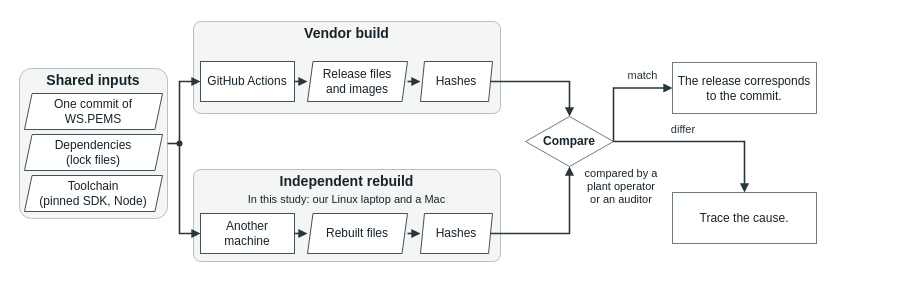
Above: 1-ws-pems/figures/rq1-verification.drawio in leosakharoff/dotnet-rebuild-experiments (draw.io), before the change. Source tidied: cells renumbered, new cells numbered last; positions are measured from the earlier drawing's top-left corner, leaving out a move shared by most shapes. Both pictures are drawn from the tidied source at 100%, with x=0, y=0 at pixel (19, 21).
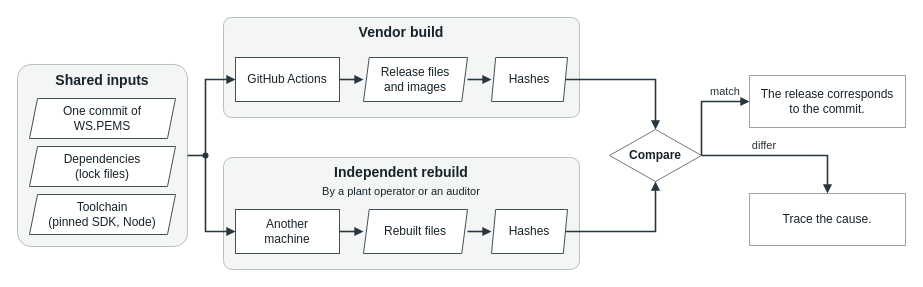
The same diagram, later.

Commit message (it also covers changes not shown here):
RQ1 code base and verification figures: even padding and gaps, house-style colours; the verifier named in the rebuild frame

Change to the diagram source:
```diff
@@
     <mxCell id="2" style="html=1;whiteSpace=wrap;align=center;verticalAlign=middle;spacing=2;fontFamily=Helvetica;fontSize=12;fontColor=#17232a;strokeColor=#b8bfc2;strokeWidth=1;fillColor=#f4f5f5;rounded=1;arcSize=8;fillColor=#f4f5f5;strokeColor=#b8bfc2;" parent="1" vertex="1">
-      <mxGeometry y="47" width="148" height="150" as="geometry" />
+      <mxGeometry x="-2" y="43" width="170" height="182" as="geometry" />
     </mxCell>
     <mxCell id="3" value="&lt;b&gt;Shared inputs&lt;/b&gt;" style="html=1;whiteSpace=wrap;align=center;verticalAlign=middle;spacing=2;fontFamily=Helvetica;fontSize=14;fontColor=#17232a;strokeColor=#435057;strokeWidth=1;fillColor=#ffffff;fillColor=none;strokeColor=none;spacing=0;" parent="2" vertex="1">
-      <mxGeometry x="3" y="1" width="142" height="21" as="geometry" />
+      <mxGeometry x="4" y="6" width="162" height="20" as="geometry" />
     </mxCell>
     <mxCell id="4" value="One commit of&lt;br&gt;WS.PEMS" style="html=1;whiteSpace=wrap;align=center;verticalAlign=middle;spacing=2;fontFamily=Helvetica;fontSize=12;fontColor=#17232a;strokeColor=#435057;strokeWidth=1;fillColor=#ffffff;shape=parallelogram;size=0.055;spacing=1;" parent="2" vertex="1">
-      <mxGeometry x="5" y="25" width="138" height="36" as="geometry" />
+      <mxGeometry x="12" y="34" width="146" height="40" as="geometry" />
     </mxCell>
     <mxCell id="5" value="Dependencies&lt;br&gt;(lock files)" style="html=1;whiteSpace=wrap;align=center;verticalAlign=middle;spacing=2;fontFamily=Helvetica;fontSize=12;fontColor=#17232a;strokeColor=#435057;strokeWidth=1;fillColor=#ffffff;shape=parallelogram;size=0.055;spacing=1;" parent="2" vertex="1">
-      <mxGeometry x="5" y="66" width="138" height="36" as="geometry" />
+      <mxGeometry x="12" y="82" width="146" height="40" as="geometry" />
     </mxCell>
     <mxCell id="6" value="Toolchain&lt;br&gt;(pinned SDK, Node)" style="html=1;whiteSpace=wrap;align=center;verticalAlign=middle;spacing=2;fontFamily=Helvetica;fontSize=12;fontColor=#17232a;strokeColor=#435057;strokeWidth=1;fillColor=#ffffff;shape=parallelogram;size=0.055;spacing=1;" parent="2" vertex="1">
-      <mxGeometry x="5" y="107" width="138" height="36" as="geometry" />
+      <mxGeometry x="12" y="130" width="146" height="40" as="geometry" />
     </mxCell>
     <mxCell id="7" style="html=1;whiteSpace=wrap;align=center;verticalAlign=middle;spacing=2;fontFamily=Helvetica;fontSize=12;fontColor=#17232a;strokeColor=#b8bfc2;strokeWidth=1;fillColor=#f4f5f5;rounded=1;arcSize=8;fillColor=#f4f5f5;strokeColor=#b8bfc2;" parent="1" vertex="1">
-      <mxGeometry x="174" width="307" height="92" as="geometry" />
+      <mxGeometry x="204" y="-4" width="356" height="100" as="geometry" />
     </mxCell>
     <mxCell id="8" value="&lt;b&gt;Vendor build&lt;/b&gt;" style="html=1;whiteSpace=wrap;align=center;verticalAlign=middle;spacing=2;fontFamily=Helvetica;fontSize=14;fontColor=#17232a;strokeColor=#435057;strokeWidth=1;fillColor=#ffffff;fillColor=none;strokeColor=none;spacing=0;" parent="7" vertex="1">
-      <mxGeometry x="4" y="3" width="299" height="18" as="geometry" />
+      <mxGeometry x="4" y="6" width="348" height="18" as="geometry" />
     </mxCell>
     <mxCell id="9" value="GitHub Actions" style="html=1;whiteSpace=wrap;align=center;verticalAlign=middle;spacing=2;fontFamily=Helvetica;fontSize=12;fontColor=#17232a;strokeColor=#435057;strokeWidth=1;fillColor=#ffffff;" parent="7" vertex="1">
-      <mxGeometry x="7" y="40" width="94" height="40" as="geometry" />
+      <mxGeometry x="12" y="40" width="104" height="44" as="geometry" />
     </mxCell>
     <mxCell id="10" value="Release files&lt;br&gt;and images" style="html=1;whiteSpace=wrap;align=center;verticalAlign=middle;spacing=2;fontFamily=Helvetica;fontSize=12;fontColor=#17232a;strokeColor=#435057;strokeWidth=1;fillColor=#ffffff;shape=parallelogram;size=0.055;spacing=1;" parent="7" vertex="1">
-      <mxGeometry x="114" y="40" width="100" height="40" as="geometry" />
+      <mxGeometry x="140" y="40" width="104" height="44" as="geometry" />
     </mxCell>
     <mxCell id="11" value="Hashes" style="html=1;whiteSpace=wrap;align=center;verticalAlign=middle;spacing=2;fontFamily=Helvetica;fontSize=12;fontColor=#17232a;strokeColor=#435057;strokeWidth=1;fillColor=#ffffff;shape=parallelogram;size=0.055;spacing=1;" parent="7" vertex="1">
-      <mxGeometry x="227" y="40" width="72" height="40" as="geometry" />
+      <mxGeometry x="268" y="40" width="76" height="44" as="geometry" />
     </mxCell>
@@
     <mxCell id="14" style="html=1;whiteSpace=wrap;align=center;verticalAlign=middle;spacing=2;fontFamily=Helvetica;fontSize=12;fontColor=#17232a;strokeColor=#b8bfc2;strokeWidth=1;fillColor=#f4f5f5;rounded=1;arcSize=8;fillColor=#f4f5f5;strokeColor=#b8bfc2;" parent="1" vertex="1">
-      <mxGeometry x="174" y="148" width="307" height="92" as="geometry" />
+      <mxGeometry x="204" y="136" width="356" height="112" as="geometry" />
     </mxCell>
     <mxCell id="15" value="&lt;b&gt;Independent rebuild&lt;/b&gt;" style="html=1;whiteSpace=wrap;align=center;verticalAlign=middle;spacing=2;fontFamily=Helvetica;fontSize=14;fontColor=#17232a;strokeColor=#435057;strokeWidth=1;fillColor=#ffffff;fillColor=none;strokeColor=none;spacing=0;" parent="14" vertex="1">
-      <mxGeometry x="4" y="3" width="299" height="18" as="geometry" />
+      <mxGeometry x="4" y="6" width="348" height="18" as="geometry" />
     </mxCell>
-    <mxCell id="16" value="In this study: our Linux laptop and a Mac" style="html=1;whiteSpace=wrap;align=center;verticalAlign=middle;spacing=2;fontFamily=Helvetica;fontSize=11;fontColor=#17232a;strokeColor=#435057;strokeWidth=1;fillColor=#ffffff;fillColor=none;strokeColor=none;spacing=0;" parent="14" vertex="1">
-      <mxGeometry x="5" y="22" width="297" height="16" as="geometry" />
+    <mxCell id="16" value="By a plant operator or an auditor" style="html=1;whiteSpace=wrap;align=center;verticalAlign=middle;spacing=2;fontFamily=Helvetica;fontSize=11;fontColor=#17232a;strokeColor=#435057;strokeWidth=1;fillColor=#ffffff;fillColor=none;strokeColor=none;spacing=0;" parent="14" vertex="1">
+      <mxGeometry x="4" y="26" width="348" height="16" as="geometry" />
     </mxCell>
     <mxCell id="17" value="Another&lt;br&gt;machine" style="html=1;whiteSpace=wrap;align=center;verticalAlign=middle;spacing=2;fontFamily=Helvetica;fontSize=12;fontColor=#17232a;strokeColor=#435057;strokeWidth=1;fillColor=#ffffff;" parent="14" vertex="1">
-      <mxGeometry x="7" y="44" width="94" height="40" as="geometry" />
+      <mxGeometry x="12" y="52" width="104" height="44" as="geometry" />
     </mxCell>
     <mxCell id="18" value="Rebuilt files" style="html=1;whiteSpace=wrap;align=center;verticalAlign=middle;spacing=2;fontFamily=Helvetica;fontSize=12;fontColor=#17232a;strokeColor=#435057;strokeWidth=1;fillColor=#ffffff;shape=parallelogram;size=0.055;spacing=1;" parent="14" vertex="1">
-      <mxGeometry x="114" y="44" width="100" height="40" as="geometry" />
+      <mxGeometry x="140" y="52" width="104" height="44" as="geometry" />
     </mxCell>
     <mxCell id="19" value="Hashes" style="html=1;whiteSpace=wrap;align=center;verticalAlign=middle;spacing=2;fontFamily=Helvetica;fontSize=12;fontColor=#17232a;strokeColor=#435057;strokeWidth=1;fillColor=#ffffff;shape=parallelogram;size=0.055;spacing=1;" parent="14" vertex="1">
-      <mxGeometry x="227" y="44" width="72" height="40" as="geometry" />
+      <mxGeometry x="268" y="52" width="76" height="44" as="geometry" />
     </mxCell>
@@
     <mxCell id="22" style="html=1;whiteSpace=wrap;align=center;verticalAlign=middle;spacing=2;fontFamily=Helvetica;fontSize=12;fontColor=#17232a;strokeColor=#435057;strokeWidth=1;fillColor=#ffffff;ellipse;fillColor=#28373e;strokeColor=none;" parent="1" vertex="1">
-      <mxGeometry x="157" y="119" width="6" height="6" as="geometry" />
+      <mxGeometry x="183" y="131" width="6" height="6" as="geometry" />
     </mxCell>
@@
     <mxCell id="24" style="html=1;edgeStyle=none;rounded=0;jumpStyle=none;endArrow=block;endSize=5;endFill=1;strokeColor=#28373e;strokeWidth=1.6;exitX=0.5;exitY=0.5;entryX=0;entryY=0.5;entryPerimeter=0;exitPerimeter=0;" parent="1" edge="1" source="22" target="9">
       <mxGeometry relative="1" as="geometry">
         <Array as="points">
-          <mxPoint x="160" y="60" />
+          <mxPoint x="186" y="58" />
         </Array>
       </mxGeometry>
     </mxCell>
     <mxCell id="25" style="html=1;edgeStyle=none;rounded=0;jumpStyle=none;endArrow=block;endSize=5;endFill=1;strokeColor=#28373e;strokeWidth=1.6;exitX=0.5;exitY=0.5;entryX=0;entryY=0.5;entryPerimeter=0;exitPerimeter=0;" parent="1" edge="1" source="22" target="17">
       <mxGeometry relative="1" as="geometry">
         <Array as="points">
-          <mxPoint x="160" y="212" />
+          <mxPoint x="186" y="210" />
         </Array>
       </mxGeometry>
     </mxCell>
     <mxCell id="26" value="&lt;b&gt;Compare&lt;/b&gt;" style="html=1;whiteSpace=wrap;align=center;verticalAlign=middle;spacing=2;fontFamily=Helvetica;fontSize=12;fontColor=#17232a;strokeColor=#6e797e;strokeWidth=1;fillColor=#ffffff;shape=rhombus;fillColor=#ffffff;strokeColor=#6e797e;spacing=0;" parent="1" vertex="1">
-      <mxGeometry x="506" y="95" width="88" height="50" as="geometry" />
+      <mxGeometry x="590" y="108" width="92" height="52" as="geometry" />
     </mxCell>
-    <mxCell id="27" value="compared by a&lt;br&gt;plant operator&lt;br&gt;or an auditor" style="html=1;whiteSpace=wrap;align=center;verticalAlign=middle;spacing=2;fontFamily=Helvetica;fontSize=11;fontColor=#17232a;strokeColor=#435057;strokeWidth=1;fillColor=#ffffff;fillColor=none;strokeColor=none;spacing=0;" parent="1" vertex="1">
-      <mxGeometry x="555" y="144" width="94" height="42" as="geometry" />
-    </mxCell>
     <mxCell id="28" style="html=1;edgeStyle=none;rounded=0;jumpStyle=none;endArrow=block;endSize=5;endFill=1;strokeColor=#28373e;strokeWidth=1.6;exitX=0.9725;exitY=0.5;entryX=0.5;entryY=0;entryPerimeter=0;exitPerimeter=0;" parent="1" edge="1" source="11" target="26">
       <mxGeometry relative="1" as="geometry">
         <Array as="points">
-          <mxPoint x="550" y="60" />
+          <mxPoint x="636" y="58" />
         </Array>
       </mxGeometry>
     </mxCell>
     <mxCell id="29" style="html=1;edgeStyle=none;rounded=0;jumpStyle=none;endArrow=block;endSize=5;endFill=1;strokeColor=#28373e;strokeWidth=1.6;exitX=0.9725;exitY=0.5;entryX=0.5;entryY=1;entryPerimeter=0;exitPerimeter=0;" parent="1" edge="1" source="19" target="26">
       <mxGeometry relative="1" as="geometry">
         <Array as="points">
-          <mxPoint x="550" y="212" />
+          <mxPoint x="636" y="210" />
         </Array>
       </mxGeometry>
     </mxCell>
-    <mxCell id="30" value="The release corresponds&lt;br&gt;to the commit." style="html=1;whiteSpace=wrap;align=center;verticalAlign=middle;spacing=2;fontFamily=Helvetica;fontSize=12;fontColor=#17232a;strokeColor=#6e797e;strokeWidth=1;fillColor=#ffffff;strokeColor=#6e797e;" parent="1" vertex="1">
-      <mxGeometry x="653" y="41" width="144" height="51" as="geometry" />
+    <mxCell id="30" value="The release corresponds&lt;br&gt;to the commit." style="html=1;whiteSpace=wrap;align=center;verticalAlign=middle;spacing=2;fontFamily=Helvetica;fontSize=12;fontColor=#17232a;strokeColor=#9aa4a8;strokeWidth=1;fillColor=#ffffff;strokeColor=#9aa4a8;" parent="1" vertex="1">
+      <mxGeometry x="730" y="54" width="156" height="52" as="geometry" />
     </mxCell>
     <mxCell id="31" style="html=1;edgeStyle=none;rounded=0;jumpStyle=none;endArrow=block;endSize=5;endFill=1;strokeColor=#28373e;strokeWidth=1.6;exitX=1;exitY=0.5;entryX=0;entryY=0.5;entryPerimeter=0;exitPerimeter=0;" parent="1" edge="1" source="26" target="30">
       <mxGeometry relative="1" as="geometry">
         <Array as="points">
-          <mxPoint x="594" y="66.5" />
+          <mxPoint x="682" y="80" />
         </Array>
       </mxGeometry>
     </mxCell>
-    <mxCell id="32" value="Trace the cause." style="html=1;whiteSpace=wrap;align=center;verticalAlign=middle;spacing=2;fontFamily=Helvetica;fontSize=12;fontColor=#17232a;strokeColor=#6e797e;strokeWidth=1;fillColor=#ffffff;strokeColor=#6e797e;" parent="1" vertex="1">
-      <mxGeometry x="653" y="171" width="144" height="51" as="geometry" />
+    <mxCell id="32" value="Trace the cause." style="html=1;whiteSpace=wrap;align=center;verticalAlign=middle;spacing=2;fontFamily=Helvetica;fontSize=12;fontColor=#17232a;strokeColor=#9aa4a8;strokeWidth=1;fillColor=#ffffff;strokeColor=#9aa4a8;" parent="1" vertex="1">
+      <mxGeometry x="730" y="172" width="156" height="52" as="geometry" />
     </mxCell>
     <mxCell id="33" style="html=1;edgeStyle=none;rounded=0;jumpStyle=none;endArrow=block;endSize=5;endFill=1;strokeColor=#28373e;strokeWidth=1.6;exitX=1;exitY=0.5;entryX=0.5;entryY=0;entryPerimeter=0;exitPerimeter=0;" parent="1" edge="1" source="26" target="32">
       <mxGeometry relative="1" as="geometry">
         <Array as="points">
-          <mxPoint x="725" y="120" />
+          <mxPoint x="808" y="134" />
         </Array>
       </mxGeometry>
     </mxCell>
     <mxCell id="34" value="match" style="html=1;whiteSpace=wrap;align=left;verticalAlign=middle;spacing=1;fontFamily=Helvetica;fontSize=11;fontColor=#253139;fillColor=#ffffff;strokeColor=#79868c;strokeWidth=1;fillColor=none;strokeColor=none;align=center;" parent="1" vertex="1">
-      <mxGeometry x="598" y="45" width="51" height="17" as="geometry" />
+      <mxGeometry x="684" y="62" width="44" height="16" as="geometry" />
     </mxCell>
     <mxCell id="35" value="differ" style="html=1;whiteSpace=wrap;align=left;verticalAlign=middle;spacing=1;fontFamily=Helvetica;fontSize=11;fontColor=#253139;fillColor=#ffffff;strokeColor=#79868c;strokeWidth=1;fillColor=none;strokeColor=none;align=center;" parent="1" vertex="1">
-      <mxGeometry x="638" y="99" width="52" height="17" as="geometry" />
+      <mxGeometry x="720" y="116" width="50" height="16" as="geometry" />
     </mxCell>
```
